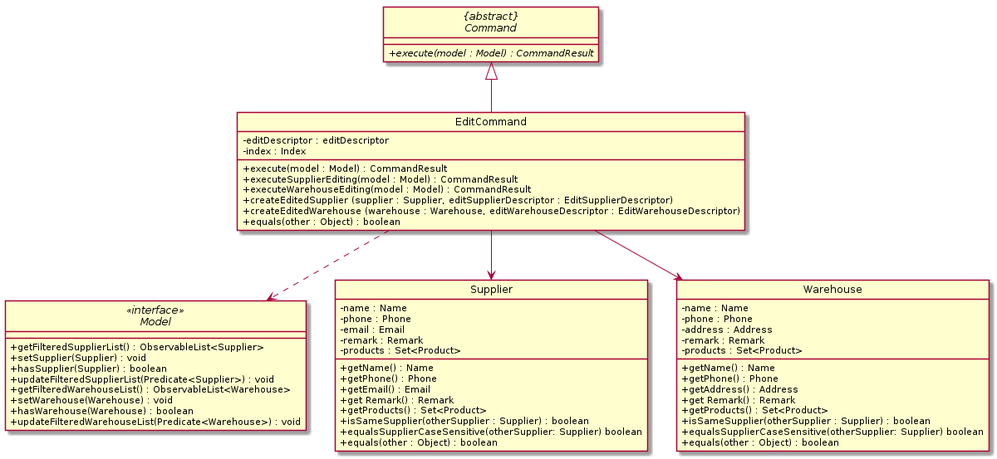
tohyuting/tp keeps this PlantUML diagram as docs/images/EditCommandClassDiagram.png. Above is the earlier version. The source it was exported from:
```plantuml
@startuml
skinparam backgroundColor #ffffff
skinparam classAttributeIconSize 0
hide circle

abstract class "{abstract}\nCommand" {
    + {abstract} execute(model : Model) : CommandResult
}

interface Model <<interface>> {
    + getFilteredSupplierList() : ObservableList<Supplier>
    + setSupplier(Supplier) : void
    + hasSupplier(Supplier) : boolean
    + updateFilteredSupplierList(Predicate<Supplier>) : void
    + getFilteredWarehouseList() : ObservableList<Warehouse>
    + setWarehouse(Warehouse) : void
    + hasWarehouse(Warehouse) : boolean
    + updateFilteredWarehouseList(Predicate<Warehouse>) : void
}

class Supplier {
    - name : Name
    - phone : Phone
    - email : Email
    - remark : Remark
    - products : Set<Product>

    + getName() : Name
    + getPhone() : Phone
    + getEmail() : Email
    + get Remark() : Remark
    + getProducts() : Set<Product>
    + isSameSupplier(otherSupplier : Supplier) : boolean
    + equalsSupplierCaseSensitive(otherSupplier: Supplier) boolean
    + equals(other : Object) : boolean
}

class Warehouse {
    - name : Name
    - phone : Phone
    - address : Address
    - remark : Remark
    - products : Set<Product>

    + getName() : Name
    + getPhone() : Phone
    + getAddress() : Address
    + get Remark() : Remark
    + getProducts() : Set<Product>
    + isSameSupplier(otherSupplier : Supplier) : boolean
    + equalsSupplierCaseSensitive(otherSupplier: Supplier) boolean
    + equals(other : Object) : boolean
}

class EditCommand {
    - editDescriptor : editDescriptor
    - index : Index

    + execute(model : Model) : CommandResult
    + executeSupplierEditing(model : Model) : CommandResult
    + executeWarehouseEditing(model : Model) : CommandResult
    + createEditedSupplier (supplier : Supplier, editSupplierDescriptor : EditSupplierDescriptor)
    + createEditedWarehouse (warehouse : Warehouse, editWarehouseDescriptor : EditWarehouseDescriptor)
    + equals(other : Object) : boolean
}

EditCommand --up|> "{abstract}\nCommand"
EditCommand ..> Model
EditCommand --> Supplier
EditCommand --> Warehouse

@enduml
```
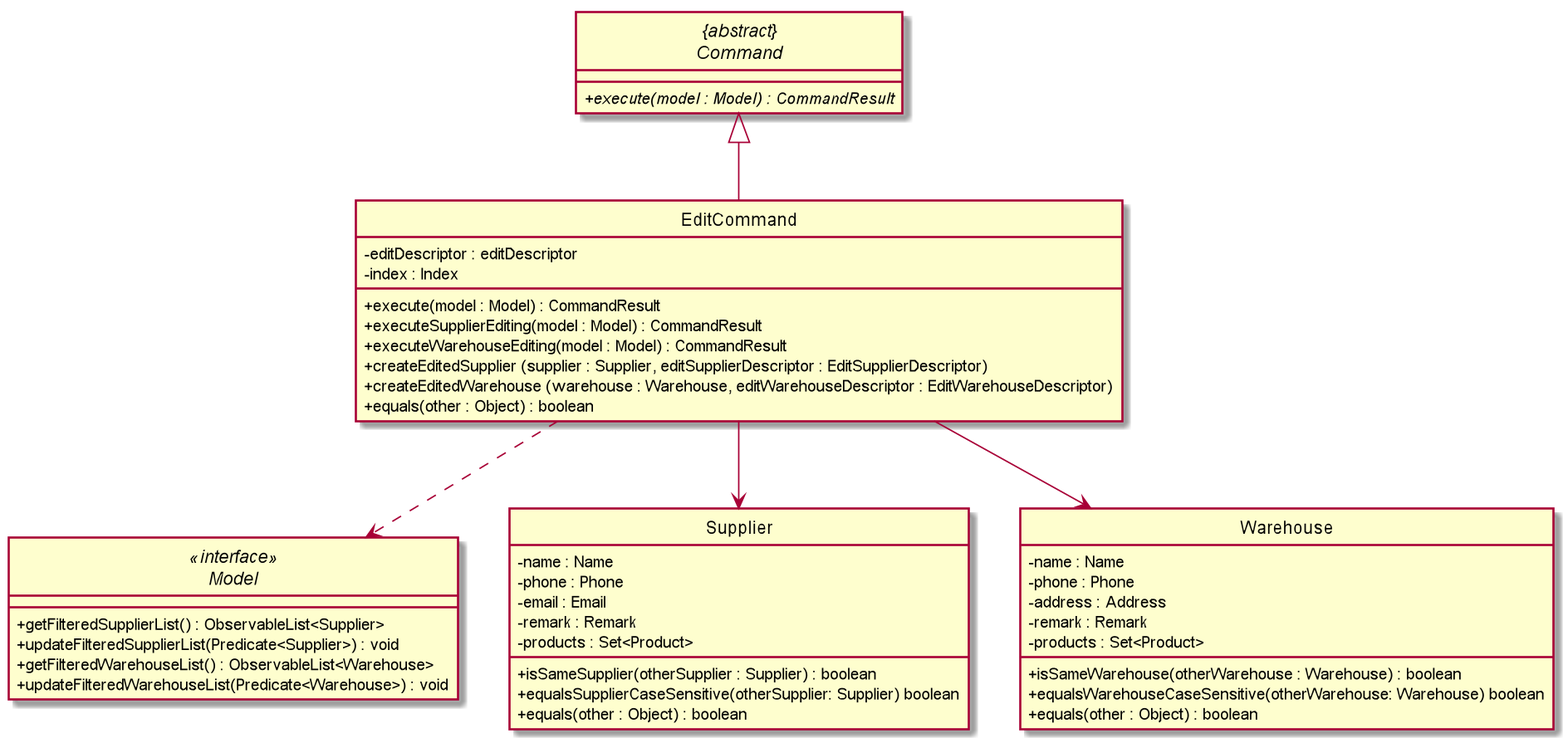
Later version of the same file.

Change to the diagram source:
```diff
@@ -9,12 +9,8 @@
 
 interface Model <<interface>> {
     + getFilteredSupplierList() : ObservableList<Supplier>
-    + setSupplier(Supplier) : void
-    + hasSupplier(Supplier) : boolean
     + updateFilteredSupplierList(Predicate<Supplier>) : void
     + getFilteredWarehouseList() : ObservableList<Warehouse>
-    + setWarehouse(Warehouse) : void
-    + hasWarehouse(Warehouse) : boolean
     + updateFilteredWarehouseList(Predicate<Warehouse>) : void
 }
 
@@ -25,11 +21,6 @@
     - remark : Remark
     - products : Set<Product>
 
-    + getName() : Name
-    + getPhone() : Phone
-    + getEmail() : Email
-    + get Remark() : Remark
-    + getProducts() : Set<Product>
     + isSameSupplier(otherSupplier : Supplier) : boolean
     + equalsSupplierCaseSensitive(otherSupplier: Supplier) boolean
     + equals(other : Object) : boolean
@@ -42,13 +33,8 @@
     - remark : Remark
     - products : Set<Product>
 
-    + getName() : Name
-    + getPhone() : Phone
-    + getAddress() : Address
-    + get Remark() : Remark
-    + getProducts() : Set<Product>
-    + isSameSupplier(otherSupplier : Supplier) : boolean
-    + equalsSupplierCaseSensitive(otherSupplier: Supplier) boolean
+    + isSameWarehouse(otherWarehouse : Warehouse) : boolean
+    + equalsWarehouseCaseSensitive(otherWarehouse: Warehouse) boolean
     + equals(other : Object) : boolean
 }
 
```
